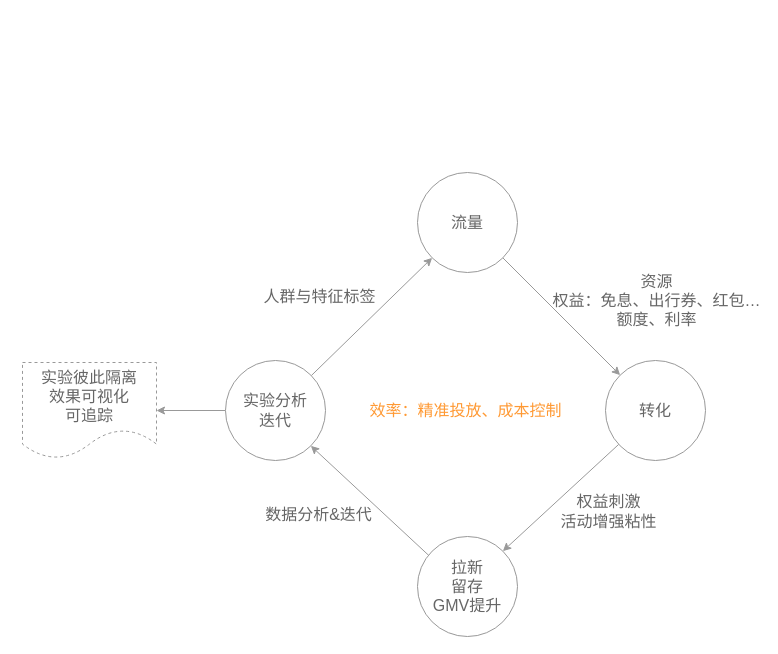
This is page "流量决策中心" (7 of 7) of new.drawio from githubzhouwen/hello-world, a draw.io file, before an edit. Source tidied: cells renumbered, new cells numbered last; positions are measured from the earlier drawing's top-left corner, leaving out a move shared by most shapes. Both pictures are drawn from the tidied source at 100%, with x=0, y=0 at pixel (22, 172).
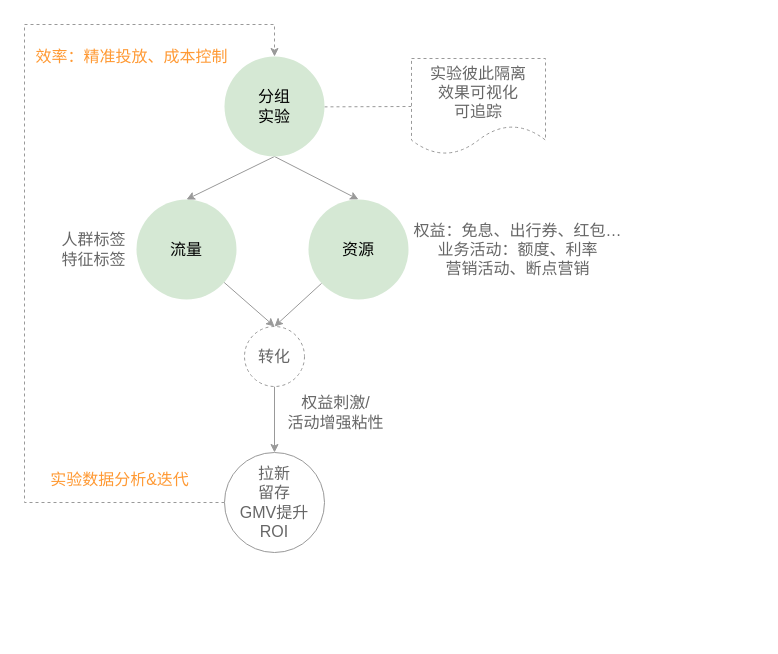
Above is the later version.

What changed in the source:
```diff
@@
-    <mxCell id="2" value="资源&lt;br&gt;权益：免息、出行券、红包…&lt;br&gt;额度、利率" style="rounded=0;jettySize=auto;html=1;fontSize=16;labelBackgroundColor=none;entryX=0;entryY=0;entryDx=0;entryDy=0;exitX=1;exitY=1;exitDx=0;exitDy=0;fontColor=#666666;strokeColor=#999999;" parent="1" edge="1" source="3" target="6">
-      <mxGeometry x="0.66" y="78" relative="1" as="geometry">
-        <mxPoint x="1" as="offset" />
-      </mxGeometry>
+    <mxCell id="2" style="edgeStyle=none;rounded=0;jettySize=auto;html=1;labelBackgroundColor=none;fontSize=16;strokeColor=#999999;entryX=0.5;entryY=0;entryDx=0;entryDy=0;fontColor=#666666;" parent="1" edge="1" source="3" target="6">
+      <mxGeometry relative="1" as="geometry" />
     </mxCell>
-    <mxCell id="3" value="流量" style="ellipse;whiteSpace=wrap;html=1;fontSize=16;fontColor=#666666;strokeColor=#999999;" parent="1" vertex="1">
-      <mxGeometry x="395" width="100" height="100" as="geometry" />
+    <mxCell id="3" value="流量" style="ellipse;whiteSpace=wrap;html=1;fontSize=16;fillColor=#d5e8d4;strokeColor=none;" parent="1" vertex="1">
+      <mxGeometry x="114" y="27" width="100" height="100" as="geometry" />
     </mxCell>
-    <mxCell id="4" style="edgeStyle=none;rounded=0;jettySize=auto;html=1;labelBackgroundColor=none;fontSize=16;entryX=1;entryY=0;entryDx=0;entryDy=0;fontColor=#666666;strokeColor=#999999;" parent="1" edge="1" source="6" target="13">
+    <mxCell id="4" style="edgeStyle=none;rounded=0;jettySize=auto;html=1;labelBackgroundColor=none;fontSize=16;entryX=0.5;entryY=0;entryDx=0;entryDy=0;strokeColor=#999999;fontColor=#666666;" parent="1" edge="1" source="6" target="13">
       <mxGeometry relative="1" as="geometry" />
     </mxCell>
-    <mxCell id="5" value="权益刺激&lt;br&gt;活动增强粘性" style="edgeLabel;html=1;align=center;verticalAlign=middle;fontSize=16;labelBackgroundColor=none;fontColor=#666666;" parent="4" vertex="1">
+    <mxCell id="5" value="权益刺激/&lt;br&gt;活动增强粘性" style="edgeLabel;html=1;align=center;verticalAlign=middle;fontSize=16;labelBackgroundColor=none;fontColor=#666666;" parent="4" vertex="1">
       <mxGeometry x="-0.17" y="3" relative="1" as="geometry">
-        <mxPoint x="35" y="20" as="offset" />
+        <mxPoint x="57" y="-2" as="offset" />
       </mxGeometry>
     </mxCell>
-    <mxCell id="6" value="转化" style="ellipse;whiteSpace=wrap;html=1;fontSize=16;fontColor=#666666;strokeColor=#999999;" parent="1" vertex="1">
-      <mxGeometry x="583" y="188" width="100" height="100" as="geometry" />
+    <mxCell id="6" value="转化" style="ellipse;whiteSpace=wrap;html=1;fontSize=16;strokeColor=#999999;dashed=1;fontColor=#666666;" parent="1" vertex="1">
+      <mxGeometry x="222" y="154" width="60" height="60" as="geometry" />
     </mxCell>
+    <mxCell id="9" style="edgeStyle=none;rounded=0;jettySize=auto;html=1;labelBackgroundColor=none;fontSize=16;strokeColor=#999999;endArrow=none;endFill=0;dashed=1;fontColor=#666666;" parent="1" edge="1" source="10" target="14">
+      <mxGeometry relative="1" as="geometry" />
+    </mxCell>
+    <mxCell id="16" style="rounded=0;jettySize=auto;html=1;labelBackgroundColor=none;fontSize=16;strokeColor=#999999;exitX=0.5;exitY=1;exitDx=0;exitDy=0;entryX=0.5;entryY=0;entryDx=0;entryDy=0;fontColor=#666666;" parent="1" edge="1" source="10" target="18">
+      <mxGeometry relative="1" as="geometry" />
+    </mxCell>
-    <mxCell id="7" style="edgeStyle=none;rounded=0;jettySize=auto;html=1;labelBackgroundColor=none;fontSize=16;entryX=0;entryY=1;entryDx=0;entryDy=0;fontColor=#666666;strokeColor=#999999;" parent="1" edge="1" source="10" target="3">
+    <mxCell id="7" style="rounded=0;jettySize=auto;html=1;labelBackgroundColor=none;fontSize=16;strokeColor=#999999;exitX=0.5;exitY=1;exitDx=0;exitDy=0;entryX=0.5;entryY=0;entryDx=0;entryDy=0;fontColor=#666666;" parent="1" edge="1" source="10" target="3">
       <mxGeometry relative="1" as="geometry" />
     </mxCell>
-    <mxCell id="8" value="人群与特征标签" style="edgeLabel;html=1;align=center;verticalAlign=middle;fontSize=16;labelBackgroundColor=none;fontColor=#666666;" parent="7" vertex="1">
-      <mxGeometry x="0.09" y="-3" relative="1" as="geometry">
-        <mxPoint x="-60" y="-18" as="offset" />
-      </mxGeometry>
-    </mxCell>
-    <mxCell id="9" style="edgeStyle=none;rounded=0;jettySize=auto;html=1;labelBackgroundColor=none;fontSize=16;fontColor=#666666;strokeColor=#999999;" parent="1" edge="1" source="10" target="14">
-      <mxGeometry relative="1" as="geometry" />
-    </mxCell>
-    <mxCell id="10" value="实验分析&lt;br&gt;迭代" style="ellipse;whiteSpace=wrap;html=1;fontSize=16;fontColor=#666666;strokeColor=#999999;" parent="1" vertex="1">
-      <mxGeometry x="203" y="188" width="100" height="100" as="geometry" />
+    <mxCell id="10" value="分组&lt;br&gt;实验" style="ellipse;whiteSpace=wrap;html=1;fontSize=16;fillColor=#d5e8d4;strokeColor=none;" parent="1" vertex="1">
+      <mxGeometry x="202" y="-116" width="100" height="100" as="geometry" />
     </mxCell>
-    <mxCell id="11" style="edgeStyle=none;rounded=0;jettySize=auto;html=1;labelBackgroundColor=none;fontSize=16;entryX=1;entryY=1;entryDx=0;entryDy=0;exitX=0.135;exitY=0.21;exitDx=0;exitDy=0;exitPerimeter=0;fontColor=#666666;strokeColor=#999999;" parent="1" edge="1" source="13" target="10">
-      <mxGeometry relative="1" as="geometry" />
+    <mxCell id="11" style="edgeStyle=orthogonalEdgeStyle;rounded=0;jettySize=auto;html=1;labelBackgroundColor=none;fontSize=16;entryX=0.5;entryY=0;entryDx=0;entryDy=0;exitX=0;exitY=0.5;exitDx=0;exitDy=0;strokeColor=#999999;fontColor=#666666;dashed=1;" parent="1" edge="1" source="13" target="10">
+      <mxGeometry relative="1" as="geometry">
+        <Array as="points">
+          <mxPoint x="2" y="330" />
+          <mxPoint x="2" y="-148" />
+          <mxPoint x="252" y="-148" />
+        </Array>
+      </mxGeometry>
     </mxCell>
-    <mxCell id="12" value="数据分析&amp;amp;迭代" style="edgeLabel;html=1;align=center;verticalAlign=middle;fontSize=16;fontColor=#666666;labelBackgroundColor=none;" parent="11" vertex="1">
-      <mxGeometry x="-0.03" y="2" relative="1" as="geometry">
-        <mxPoint x="-53" y="9" as="offset" />
-      </mxGeometry>
-    </mxCell>
-    <mxCell id="13" value="拉新&lt;br&gt;留存&lt;br&gt;GMV提升" style="ellipse;whiteSpace=wrap;html=1;fontSize=16;fontColor=#666666;strokeColor=#999999;" parent="1" vertex="1">
-      <mxGeometry x="395" y="364" width="100" height="100" as="geometry" />
+    <mxCell id="13" value="拉新&lt;br&gt;留存&lt;br&gt;GMV提升&lt;br&gt;ROI" style="ellipse;whiteSpace=wrap;html=1;fontSize=16;strokeColor=#999999;fontColor=#666666;" parent="1" vertex="1">
+      <mxGeometry x="202" y="280" width="100" height="100" as="geometry" />
     </mxCell>
-    <mxCell id="14" value="实验彼此隔离&lt;br&gt;效果可视化&lt;br&gt;可追踪" style="shape=document;whiteSpace=wrap;html=1;boundedLbl=1;fontSize=16;fontColor=#666666;strokeColor=#999999;dashed=1;" parent="1" vertex="1">
-      <mxGeometry y="190" width="134" height="96" as="geometry" />
+    <mxCell id="14" value="实验彼此隔离&lt;br&gt;效果可视化&lt;br&gt;可追踪" style="shape=document;whiteSpace=wrap;html=1;boundedLbl=1;fontSize=16;strokeColor=#999999;dashed=1;fontColor=#666666;" parent="1" vertex="1">
+      <mxGeometry x="389" y="-114" width="134" height="96" as="geometry" />
     </mxCell>
     <mxCell id="15" value="效率：精准投放、成本控制" style="text;html=1;align=center;verticalAlign=middle;strokeColor=none;fontSize=16;fontColor=#FF9933;" parent="1" vertex="1">
-      <mxGeometry x="342" y="226.5" width="202" height="23" as="geometry" />
+      <mxGeometry x="8" y="-128" width="202" height="23" as="geometry" />
     </mxCell>
+    <mxCell id="17" style="edgeStyle=none;rounded=0;jettySize=auto;html=1;labelBackgroundColor=none;fontSize=16;strokeColor=#999999;entryX=0.5;entryY=0;entryDx=0;entryDy=0;fontColor=#666666;" parent="1" edge="1" source="18" target="6">
+      <mxGeometry relative="1" as="geometry" />
+    </mxCell>
+    <mxCell id="18" value="资源" style="ellipse;whiteSpace=wrap;html=1;fontSize=16;fillColor=#d5e8d4;strokeColor=none;" parent="1" vertex="1">
+      <mxGeometry x="286" y="27" width="100" height="100" as="geometry" />
+    </mxCell>
+    <mxCell id="19" value="权益：免息、出行券、红包…&lt;br&gt;业务活动：额度、利率&lt;br&gt;营销活动、断点营销" style="text;html=1;align=center;verticalAlign=middle;strokeColor=none;fontSize=16;fontColor=#666666;" parent="1" vertex="1">
+      <mxGeometry x="386" y="46.5" width="218" height="61" as="geometry" />
+    </mxCell>
+    <mxCell id="20" value="人群标签&lt;br&gt;特征标签" style="text;html=1;align=center;verticalAlign=middle;strokeColor=none;fontSize=16;fontColor=#666666;" parent="1" vertex="1">
+      <mxGeometry x="33.5" y="56" width="74" height="42" as="geometry" />
+    </mxCell>
+    <mxCell id="21" value="实验&lt;font&gt;数据&lt;/font&gt;分析&amp;amp;迭代" style="text;html=1;align=center;verticalAlign=middle;strokeColor=none;fontSize=16;fontColor=#FF9933;" parent="1" vertex="1">
+      <mxGeometry x="22.5" y="295" width="149" height="23" as="geometry" />
+    </mxCell>
```
